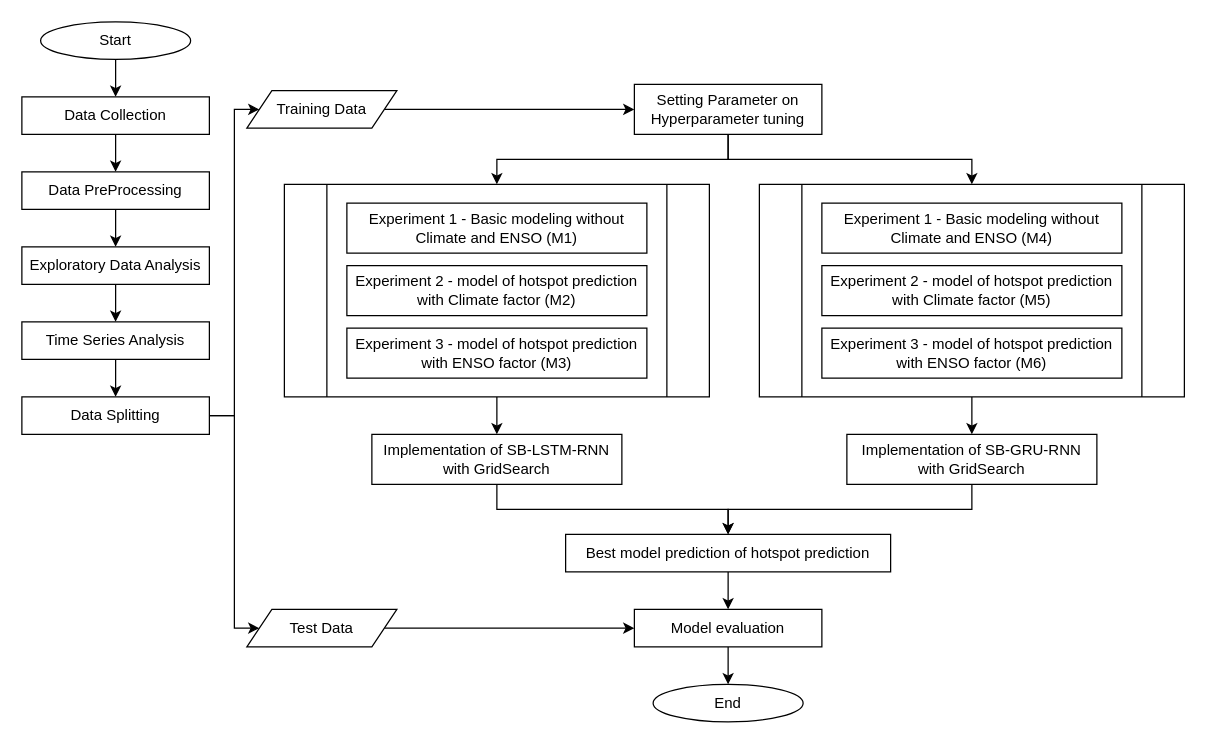
Before: Lap 2 - Kerangka Berfikir.drawio in kusin/2024_BOPTN_Hopsot, a draw.io diagram. Source tidied: cells renumbered, new cells numbered last; positions are measured from the earlier drawing's top-left corner, leaving out a move shared by most shapes. Both pictures are drawn from the tidied source at 125%, with x=0, y=0 at pixel (21, 21).
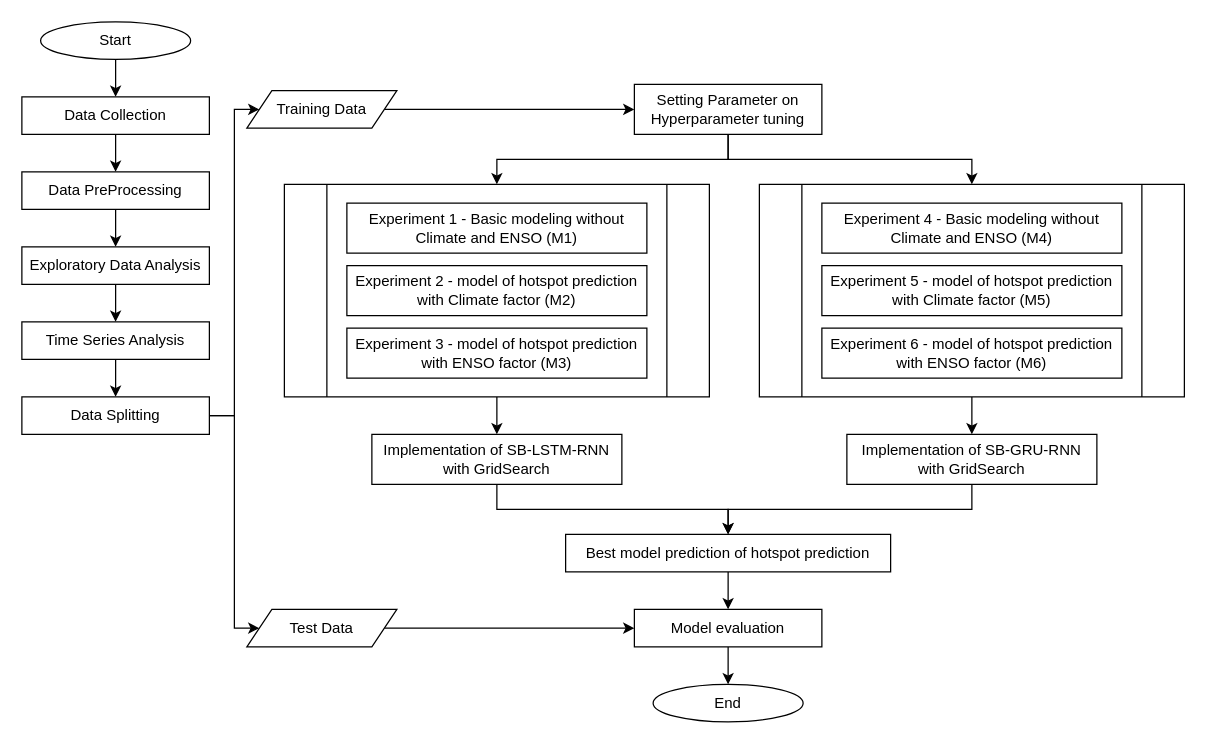
Above is the later version.

The edit, as a diff of the source:
```diff
@@
-    <mxCell id="33" value="Experiment 1 - Basic modeling without Climate and ENSO (M4)" style="rounded=0;whiteSpace=wrap;html=1;" parent="1" vertex="1">
+    <mxCell id="33" value="Experiment 4 - Basic modeling without Climate and ENSO (M4)" style="rounded=0;whiteSpace=wrap;html=1;" parent="1" vertex="1">
       <mxGeometry x="640" y="145" width="240" height="40" as="geometry" />
     </mxCell>
-    <mxCell id="34" value="Experiment 2 - model of hotspot prediction with Climate factor (M5)" style="rounded=0;whiteSpace=wrap;html=1;" parent="1" vertex="1">
+    <mxCell id="34" value="Experiment 5 - model of hotspot prediction with Climate factor (M5)" style="rounded=0;whiteSpace=wrap;html=1;" parent="1" vertex="1">
       <mxGeometry x="640" y="195" width="240" height="40" as="geometry" />
     </mxCell>
-    <mxCell id="35" value="Experiment 3 - model of hotspot prediction with ENSO factor (M6)" style="rounded=0;whiteSpace=wrap;html=1;" parent="1" vertex="1">
+    <mxCell id="35" value="Experiment 6 - model of hotspot prediction with ENSO factor (M6)" style="rounded=0;whiteSpace=wrap;html=1;" parent="1" vertex="1">
       <mxGeometry x="640" y="245" width="240" height="40" as="geometry" />
     </mxCell>
```
